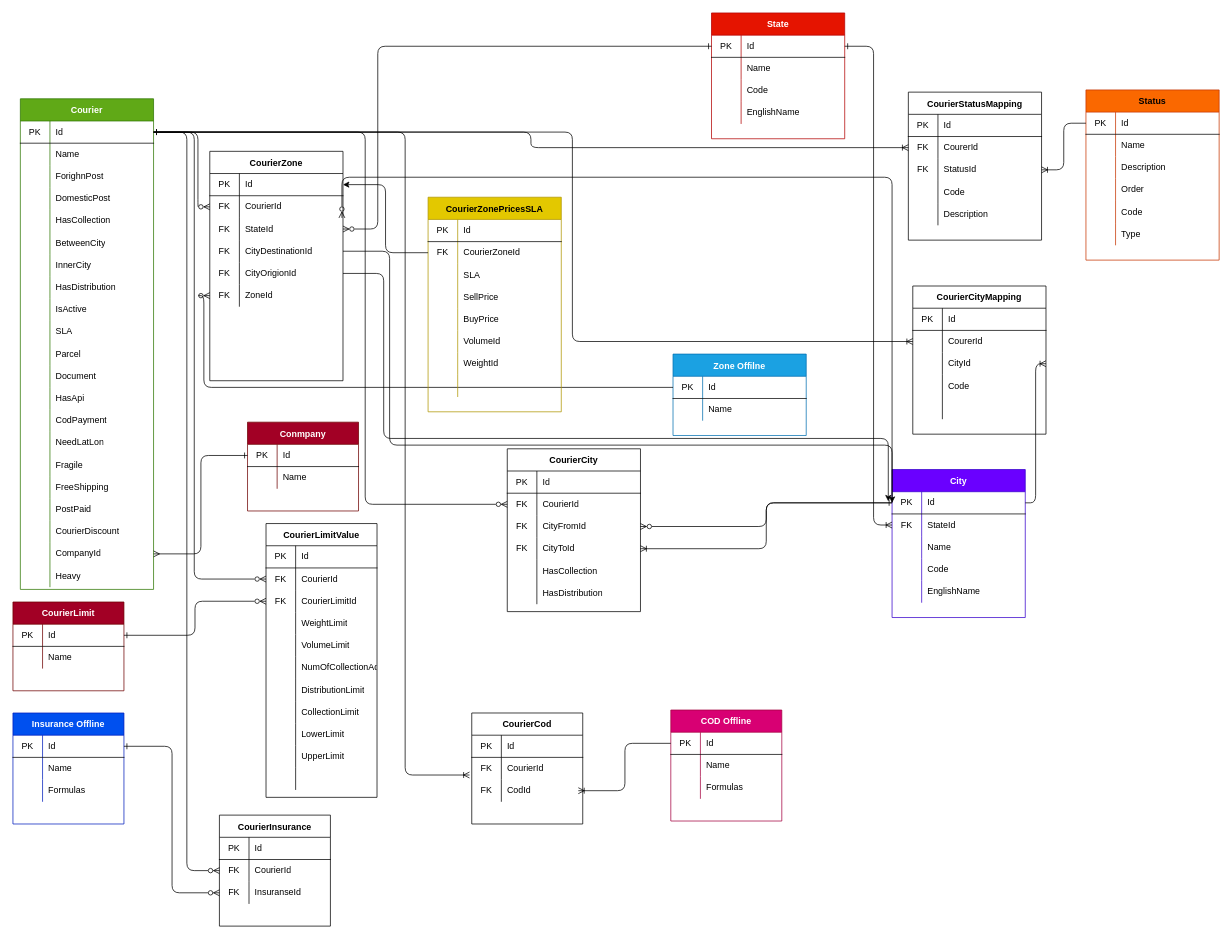
This is 02-Product-servise/Diagrams/Product.drawio from behrangaghili/Postex-Documents_Diagrams, a draw.io file, before an edit. Source tidied: cells renumbered, new cells numbered last; positions are measured from the earlier drawing's top-left corner, leaving out a move shared by most shapes. Both pictures are drawn from the tidied source at 74%, with x=0, y=0 at pixel (13, 13).
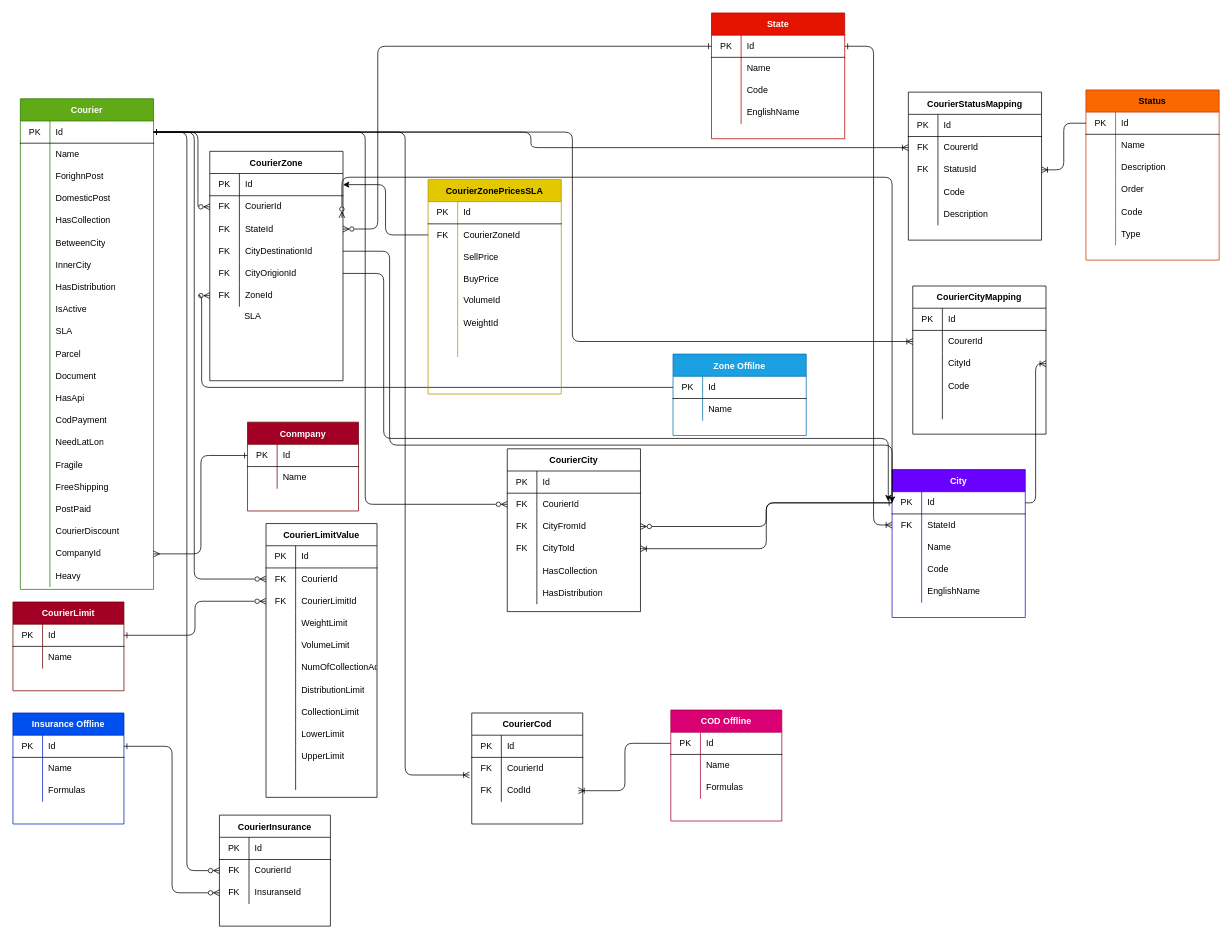
Above is the later version.

Unchanged cells that the change refers to:
```xml
<mxCell id="97" style="shape=partialRectangle;html=1;whiteSpace=wrap;fillColor=none;top=0;left=0;bottom=1;right=0;points=[[0,0.5],[1,0.5]];portConstraint=eastwest;" parent="96" vertex="1">
  <mxGeometry y="30" width="180" height="30" as="geometry" />
</mxCell>
<mxCell id="119" style="shape=partialRectangle;html=1;whiteSpace=wrap;fillColor=none;top=0;left=0;bottom=0;right=0;points=[[0,0.5],[1,0.5]];portConstraint=eastwest;" parent="103" vertex="1">
  <mxGeometry y="180" width="180" height="30" as="geometry" />
</mxCell>
```

What changed in the source:
```diff
@@
     <mxCell id="125" style="edgeStyle=elbowEdgeStyle;html=1;exitX=0;exitY=0.5;exitDx=0;exitDy=0;entryX=0;entryY=0.5;entryDx=0;entryDy=0;endArrow=ERzeroToMany;endFill=0;fillColor=none;" parent="1" edge="1" source="97" target="119">
       <mxGeometry relative="1" as="geometry">
         <Array as="points">
+          <mxPoint x="255" y="500" />
+          <mxPoint x="452" y="528" />
           <mxPoint x="258" y="548" />
         </Array>
       </mxGeometry>
     </mxCell>
@@
     <mxCell id="234" value="CourierZonePricesSLA" style="shape=table;startSize=30;childLayout=tableLayout;rowLines=0;fontStyle=1;align=center;fillColor=#e3c800;fontColor=#000000;strokeColor=#B09500;" parent="1" vertex="1">
-      <mxGeometry x="561" y="249" width="180" height="290" as="geometry" />
+      <mxGeometry x="561" y="225" width="180" height="290" as="geometry" />
     </mxCell>
@@
-    <mxCell id="241" style="shape=partialRectangle;html=1;whiteSpace=wrap;fillColor=none;top=0;left=0;bottom=0;right=0;" parent="234" vertex="1">
-      <mxGeometry y="90" width="180" height="30" as="geometry" />
-    </mxCell>
-    <mxCell id="242" style="shape=partialRectangle;html=1;whiteSpace=wrap;fillColor=none;top=0;left=0;bottom=0;right=0;overflow=hidden;" parent="241" vertex="1">
-      <mxGeometry width="40" height="30" as="geometry" />
-    </mxCell>
-    <mxCell id="243" value="&lt;span&gt;SLA&lt;/span&gt;" style="shape=partialRectangle;html=1;whiteSpace=wrap;fillColor=none;top=0;left=0;bottom=0;right=0;align=left;spacingLeft=6;overflow=hidden;" parent="241" vertex="1">
-      <mxGeometry x="40" width="140" height="30" as="geometry" />
-    </mxCell>
     <mxCell id="244" style="shape=partialRectangle;html=1;whiteSpace=wrap;fillColor=none;top=0;left=0;bottom=0;right=0;" parent="234" vertex="1">
-      <mxGeometry y="120" width="180" height="30" as="geometry" />
+      <mxGeometry y="90" width="180" height="30" as="geometry" />
     </mxCell>
@@
     <mxCell id="247" style="shape=partialRectangle;html=1;whiteSpace=wrap;fillColor=none;top=0;left=0;bottom=0;right=0;" parent="234" vertex="1">
-      <mxGeometry y="150" width="180" height="30" as="geometry" />
+      <mxGeometry y="120" width="180" height="30" as="geometry" />
     </mxCell>
@@
     <mxCell id="250" style="shape=partialRectangle;html=1;whiteSpace=wrap;fillColor=none;top=0;left=0;bottom=0;right=0;" parent="234" vertex="1">
-      <mxGeometry y="180" width="180" height="30" as="geometry" />
+      <mxGeometry y="150" width="180" height="30" as="geometry" />
     </mxCell>
@@
     <mxCell id="253" style="shape=partialRectangle;html=1;whiteSpace=wrap;fillColor=none;top=0;left=0;bottom=0;right=0;" parent="234" vertex="1">
-      <mxGeometry y="210" width="180" height="30" as="geometry" />
+      <mxGeometry y="180" width="180" height="30" as="geometry" />
     </mxCell>
@@
     <mxCell id="256" style="shape=partialRectangle;html=1;whiteSpace=wrap;fillColor=none;top=0;left=0;bottom=0;right=0;" parent="234" vertex="1">
-      <mxGeometry y="240" width="180" height="30" as="geometry" />
+      <mxGeometry y="210" width="180" height="30" as="geometry" />
     </mxCell>
@@
     <mxCell id="324" value="&lt;span&gt;VolumeId&lt;/span&gt;" style="shape=partialRectangle;html=1;whiteSpace=wrap;fillColor=none;top=0;left=0;bottom=0;right=0;align=left;spacingLeft=6;overflow=hidden;" parent="1" vertex="1">
-      <mxGeometry x="601" y="429" width="140" height="30" as="geometry" />
+      <mxGeometry x="601" y="374" width="140" height="30" as="geometry" />
     </mxCell>
@@
+    <mxCell id="328" style="shape=partialRectangle;html=1;whiteSpace=wrap;fillColor=none;top=0;left=0;bottom=0;right=0;" parent="1" vertex="1">
+      <mxGeometry x="265" y="395" width="180" height="30" as="geometry" />
+    </mxCell>
+    <mxCell id="242" style="shape=partialRectangle;html=1;whiteSpace=wrap;fillColor=none;top=0;left=0;bottom=0;right=0;overflow=hidden;" parent="328" vertex="1">
+      <mxGeometry width="40" height="30" as="geometry" />
+    </mxCell>
+    <mxCell id="243" value="&lt;span&gt;SLA&lt;/span&gt;" style="shape=partialRectangle;html=1;whiteSpace=wrap;fillColor=none;top=0;left=0;bottom=0;right=0;align=left;spacingLeft=6;overflow=hidden;" parent="328" vertex="1">
+      <mxGeometry x="40" width="140" height="30" as="geometry" />
+    </mxCell>
```
